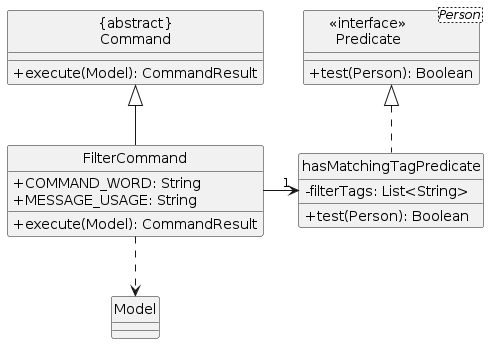
Earlier version of the PlantUML export diagrams/FilterCommandClass.png (KSSWSept20/tp). Its source is kept beside it as diagrams/FilterCommandClass.puml. The source it was exported from:
```plantuml
@startuml
hide circle
skinparam classAttributeIconSize 0

Class "{abstract}\nCommand" as Command {
  +execute(Model): CommandResult
}
Class FilterCommand {
  +COMMAND_WORD: String
  +MESSAGE_USAGE: String
  +execute(Model): CommandResult
}
Class hasMatchingTagPredicate {
  -filterTags: List<String>
  +test(Person): Boolean
}
Class "<<interface>>\nPredicate<Person>" as Predicate {
  +test(Person): Boolean
}
Class Model

FilterCommand -up-|> Command
FilterCommand -> "1" hasMatchingTagPredicate
FilterCommand .down.> Model
hasMatchingTagPredicate .up.|> Predicate

@enduml
```
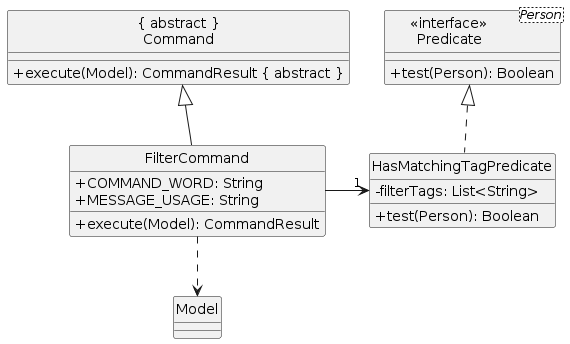
The same diagram one commit later.

Change to the diagram source:
```diff
@@ -2,15 +2,15 @@
 hide circle
 skinparam classAttributeIconSize 0
 
-Class "{abstract}\nCommand" as Command {
-  +execute(Model): CommandResult
+Class "{ abstract }\nCommand" as Command {
+  +execute(Model): CommandResult { abstract }
 }
 Class FilterCommand {
   +COMMAND_WORD: String
   +MESSAGE_USAGE: String
   +execute(Model): CommandResult
 }
-Class hasMatchingTagPredicate {
+Class HasMatchingTagPredicate {
   -filterTags: List<String>
   +test(Person): Boolean
 }
@@ -20,8 +20,8 @@
 Class Model
 
 FilterCommand -up-|> Command
-FilterCommand -> "1" hasMatchingTagPredicate
+FilterCommand -> "1" HasMatchingTagPredicate
 FilterCommand .down.> Model
-hasMatchingTagPredicate .up.|> Predicate
+HasMatchingTagPredicate .up.|> Predicate
 
 @enduml
```
